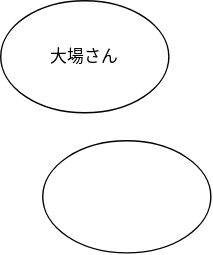
The draw.io diagram 名称未設定ファイル.drawio.svg in alice7mm/my-practice, before a commit. Source tidied: cells renumbered, new cells last; positions are measured from the earlier drawing's top-left corner, leaving out a move shared by most shapes.
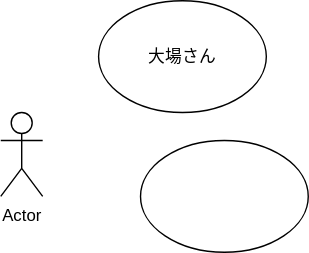
After the commit.

Commit message:
PR提出用コミット名称未設定ファイル.drawio.svg を更新します

Change to the diagram source:
```diff
@@ -8,5 +8,8 @@
     <mxCell id="3" style="ellipse;whiteSpace=wrap;html=1;" parent="1" vertex="1">
       <mxGeometry x="30" y="100" width="120" height="80" as="geometry" />
     </mxCell>
+    <mxCell id="4" value="Actor" style="shape=umlActor;verticalLabelPosition=bottom;verticalAlign=top;html=1;" parent="1" vertex="1">
+      <mxGeometry x="-70" y="80" width="30" height="60" as="geometry" />
+    </mxCell>
   </root>
 </mxGraphModel>
```
